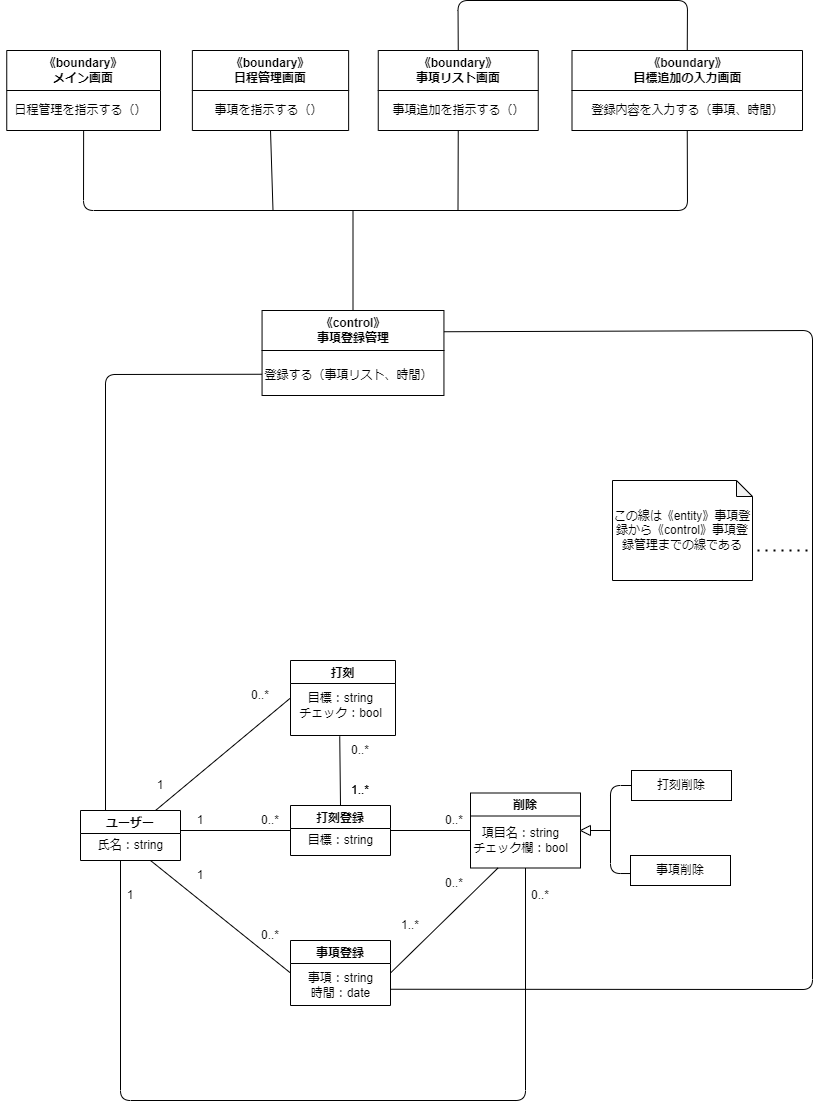
Above: 分析Class10.drawio.png in Hu-Hanxu/First-App-Self-Management- (draw.io), before the change. Source tidied: cells renumbered, new cells last; positions are measured from the earlier drawing's top-left corner, leaving out a move shared by most shapes. Its diagram source:
```xml
<mxGraphModel>
  <root>
    <mxCell id="0" />
    <mxCell id="1" parent="0" />
    <mxCell id="2" value="打刻登録" style="swimlane;" parent="1" vertex="1">
      <mxGeometry x="290" y="805" width="100" height="50" as="geometry" />
    </mxCell>
    <mxCell id="3" value="目標：string" style="text;html=1;align=center;verticalAlign=middle;strokeColor=none;fillColor=none;" parent="2" vertex="1">
      <mxGeometry x="5" y="20" width="90" height="30" as="geometry" />
    </mxCell>
    <mxCell id="4" value="事項登録" style="swimlane;" parent="1" vertex="1">
      <mxGeometry x="290" y="940" width="100" height="65" as="geometry" />
    </mxCell>
    <mxCell id="5" value="事項：string&lt;br&gt;時間：date" style="text;html=1;align=center;verticalAlign=middle;strokeColor=none;fillColor=none;" parent="4" vertex="1">
      <mxGeometry x="5" y="25" width="90" height="40" as="geometry" />
    </mxCell>
    <mxCell id="6" value="打刻" style="swimlane;" parent="1" vertex="1">
      <mxGeometry x="290" y="660" width="105" height="75" as="geometry" />
    </mxCell>
    <mxCell id="7" value="目標：string&lt;br&gt;チェック：bool" style="text;html=1;align=center;verticalAlign=middle;strokeColor=none;fillColor=none;" parent="6" vertex="1">
      <mxGeometry x="-5" y="25" width="110" height="40" as="geometry" />
    </mxCell>
    <mxCell id="8" style="endArrow=none;html=1;exitX=1;exitY=0.5;exitDx=0;exitDy=0;entryX=0;entryY=0.5;entryDx=0;entryDy=0;" parent="1" edge="1" target="2">
      <mxGeometry relative="1" as="geometry">
        <mxPoint x="180" y="830" as="sourcePoint" />
      </mxGeometry>
    </mxCell>
    <mxCell id="9" value="削除" style="swimlane;" parent="1" vertex="1">
      <mxGeometry x="470" y="792.5" width="110" height="75" as="geometry" />
    </mxCell>
    <mxCell id="10" value="項目名：string&lt;br&gt;チェック欄：bool" style="text;html=1;align=center;verticalAlign=middle;strokeColor=none;fillColor=none;" parent="9" vertex="1">
      <mxGeometry x="-10" y="27.5" width="120" height="40" as="geometry" />
    </mxCell>
    <mxCell id="11" style="endArrow=none;html=1;entryX=0;entryY=0.5;entryDx=0;entryDy=0;exitX=1;exitY=0.5;exitDx=0;exitDy=0;" parent="1" edge="1" source="2" target="9">
      <mxGeometry relative="1" as="geometry" />
    </mxCell>
    <mxCell id="12" value="打刻削除" style="rounded=0;whiteSpace=wrap;html=1;" parent="1" vertex="1">
      <mxGeometry x="631" y="770" width="100" height="30" as="geometry" />
    </mxCell>
    <mxCell id="13" value="事項削除" style="rounded=0;whiteSpace=wrap;html=1;" parent="1" vertex="1">
      <mxGeometry x="630" y="855" width="100" height="30" as="geometry" />
    </mxCell>
    <mxCell id="14" style="endArrow=none;html=1;entryX=0.5;entryY=1;entryDx=0;entryDy=0;exitX=0.5;exitY=1;exitDx=0;exitDy=0;" parent="1" edge="1" source="9">
      <mxGeometry relative="1" as="geometry">
        <mxPoint x="120" y="860" as="targetPoint" />
        <Array as="points">
          <mxPoint x="525" y="1100" />
          <mxPoint x="120" y="1100" />
        </Array>
      </mxGeometry>
    </mxCell>
    <mxCell id="15" style="endArrow=none;html=1;entryX=0;entryY=0.5;entryDx=0;entryDy=0;exitX=0.75;exitY=1;exitDx=0;exitDy=0;" parent="1" edge="1" target="4">
      <mxGeometry relative="1" as="geometry">
        <mxPoint x="150" y="860" as="sourcePoint" />
      </mxGeometry>
    </mxCell>
    <mxCell id="16" style="endArrow=none;html=1;exitX=1;exitY=0.5;exitDx=0;exitDy=0;entryX=0.25;entryY=1;entryDx=0;entryDy=0;" parent="1" edge="1" source="4" target="9">
      <mxGeometry relative="1" as="geometry" />
    </mxCell>
    <mxCell id="17" style="endArrow=none;html=1;exitX=0.5;exitY=0;exitDx=0;exitDy=0;entryX=0.154;entryY=0.024;entryDx=0;entryDy=0;entryPerimeter=0;" parent="1" edge="1" source="2" target="26">
      <mxGeometry relative="1" as="geometry" />
    </mxCell>
    <mxCell id="18" value="1" style="text;html=1;strokeColor=none;fillColor=none;align=center;verticalAlign=middle;whiteSpace=wrap;rounded=0;" parent="1" vertex="1">
      <mxGeometry x="170" y="805" width="60" height="30" as="geometry" />
    </mxCell>
    <mxCell id="19" value="1" style="text;html=1;strokeColor=none;fillColor=none;align=center;verticalAlign=middle;whiteSpace=wrap;rounded=0;" parent="1" vertex="1">
      <mxGeometry x="170" y="860" width="60" height="30" as="geometry" />
    </mxCell>
    <mxCell id="20" value="1" style="text;html=1;strokeColor=none;fillColor=none;align=center;verticalAlign=middle;whiteSpace=wrap;rounded=0;" parent="1" vertex="1">
      <mxGeometry x="100" y="880" width="60" height="30" as="geometry" />
    </mxCell>
    <mxCell id="21" value="0..*" style="text;html=1;strokeColor=none;fillColor=none;align=center;verticalAlign=middle;whiteSpace=wrap;rounded=0;" parent="1" vertex="1">
      <mxGeometry x="240" y="805" width="60" height="30" as="geometry" />
    </mxCell>
    <mxCell id="22" value="0..*" style="text;html=1;strokeColor=none;fillColor=none;align=center;verticalAlign=middle;whiteSpace=wrap;rounded=0;" parent="1" vertex="1">
      <mxGeometry x="240" y="920" width="60" height="30" as="geometry" />
    </mxCell>
    <mxCell id="23" value="0..*" style="text;html=1;strokeColor=none;fillColor=none;align=center;verticalAlign=middle;whiteSpace=wrap;rounded=0;" parent="1" vertex="1">
      <mxGeometry x="424" y="805" width="60" height="30" as="geometry" />
    </mxCell>
    <mxCell id="24" value="0..*" style="text;html=1;strokeColor=none;fillColor=none;align=center;verticalAlign=middle;whiteSpace=wrap;rounded=0;" parent="1" vertex="1">
      <mxGeometry x="424" y="867.5" width="60" height="30" as="geometry" />
    </mxCell>
    <mxCell id="25" value="0..*" style="text;html=1;strokeColor=none;fillColor=none;align=center;verticalAlign=middle;whiteSpace=wrap;rounded=0;" parent="1" vertex="1">
      <mxGeometry x="510" y="880" width="60" height="30" as="geometry" />
    </mxCell>
    <mxCell id="26" value="0..*" style="text;html=1;strokeColor=none;fillColor=none;align=center;verticalAlign=middle;whiteSpace=wrap;rounded=0;" parent="1" vertex="1">
      <mxGeometry x="330" y="735" width="60" height="30" as="geometry" />
    </mxCell>
    <mxCell id="27" value="1..*" style="text;html=1;strokeColor=none;fillColor=none;align=center;verticalAlign=middle;whiteSpace=wrap;rounded=0;" parent="1" vertex="1">
      <mxGeometry x="330" y="775" width="60" height="30" as="geometry" />
    </mxCell>
    <mxCell id="28" value="1..*" style="text;html=1;strokeColor=none;fillColor=none;align=center;verticalAlign=middle;whiteSpace=wrap;rounded=0;" parent="1" vertex="1">
      <mxGeometry x="330" y="775" width="60" height="30" as="geometry" />
    </mxCell>
    <mxCell id="29" value="1..*" style="text;html=1;strokeColor=none;fillColor=none;align=center;verticalAlign=middle;whiteSpace=wrap;rounded=0;" parent="1" vertex="1">
      <mxGeometry x="380" y="910" width="60" height="30" as="geometry" />
    </mxCell>
    <mxCell id="30" value="ユーザー" style="swimlane;" parent="1" vertex="1">
      <mxGeometry x="80" y="810" width="100" height="50" as="geometry" />
    </mxCell>
    <mxCell id="31" value="氏名：string" style="text;html=1;align=center;verticalAlign=middle;strokeColor=none;fillColor=none;" parent="30" vertex="1">
      <mxGeometry x="5" y="20" width="90" height="30" as="geometry" />
    </mxCell>
    <mxCell id="32" style="endArrow=none;html=1;exitX=0.75;exitY=0;exitDx=0;exitDy=0;entryX=0;entryY=0.5;entryDx=0;entryDy=0;" parent="1" edge="1" source="30" target="6">
      <mxGeometry relative="1" as="geometry" />
    </mxCell>
    <mxCell id="33" value="1" style="text;html=1;strokeColor=none;fillColor=none;align=center;verticalAlign=middle;whiteSpace=wrap;rounded=0;" parent="1" vertex="1">
      <mxGeometry x="130" y="770" width="60" height="30" as="geometry" />
    </mxCell>
    <mxCell id="34" value="0..*" style="text;html=1;strokeColor=none;fillColor=none;align=center;verticalAlign=middle;whiteSpace=wrap;rounded=0;" parent="1" vertex="1">
      <mxGeometry x="230" y="680" width="60" height="30" as="geometry" />
    </mxCell>
    <mxCell id="35" style="triangle;whiteSpace=wrap;html=1;direction=west;" parent="1" vertex="1">
      <mxGeometry x="580" y="825" width="10" height="10" as="geometry" />
    </mxCell>
    <mxCell id="36" style="endArrow=none;html=1;entryX=0;entryY=0.5;entryDx=0;entryDy=0;exitX=-0.005;exitY=0.601;exitDx=0;exitDy=0;exitPerimeter=0;" parent="1" edge="1" source="13" target="12">
      <mxGeometry relative="1" as="geometry">
        <Array as="points">
          <mxPoint x="610" y="873" />
          <mxPoint x="610" y="785" />
        </Array>
      </mxGeometry>
    </mxCell>
    <mxCell id="37" style="endArrow=none;html=1;entryX=0;entryY=0.5;entryDx=0;entryDy=0;" parent="1" edge="1" target="35">
      <mxGeometry relative="1" as="geometry">
        <mxPoint x="610" y="830" as="sourcePoint" />
      </mxGeometry>
    </mxCell>
    <mxCell id="38" value="&lt;span style=&quot;&quot;&gt;《control》&lt;br&gt;事項登録管理&lt;br&gt;&lt;/span&gt;" style="swimlane;whiteSpace=wrap;html=1;startSize=40;" parent="1" vertex="1">
      <mxGeometry x="261.6" y="310" width="181.9" height="85" as="geometry" />
    </mxCell>
    <mxCell id="39" value="登録する（事項リスト、時間）" style="text;html=1;align=center;verticalAlign=middle;strokeColor=none;fillColor=none;" parent="38" vertex="1">
      <mxGeometry x="-8.1" y="50" width="190" height="30" as="geometry" />
    </mxCell>
    <mxCell id="40" value="《boundary》&lt;br&gt;メイン画面" style="swimlane;whiteSpace=wrap;html=1;startSize=40;" parent="1" vertex="1">
      <mxGeometry x="6.2" y="50" width="153.8" height="80" as="geometry" />
    </mxCell>
    <mxCell id="41" value="日程管理を指示する（）" style="text;html=1;align=center;verticalAlign=middle;strokeColor=none;fillColor=none;" parent="40" vertex="1">
      <mxGeometry x="-6.2" y="45" width="160" height="30" as="geometry" />
    </mxCell>
    <mxCell id="42" value="《boundary》&lt;br&gt;日程管理画面" style="swimlane;whiteSpace=wrap;html=1;startSize=40;" parent="1" vertex="1">
      <mxGeometry x="191.9" y="50" width="156.2" height="80" as="geometry" />
    </mxCell>
    <mxCell id="43" value="事項を指示する（）" style="text;html=1;align=center;verticalAlign=middle;strokeColor=none;fillColor=none;" parent="42" vertex="1">
      <mxGeometry x="11.2" y="45" width="130" height="30" as="geometry" />
    </mxCell>
    <mxCell id="44" value="《boundary》&lt;br&gt;事項リスト画面" style="swimlane;whiteSpace=wrap;html=1;startSize=40;" parent="1" vertex="1">
      <mxGeometry x="377.8" y="50" width="160" height="80" as="geometry" />
    </mxCell>
    <mxCell id="45" value="事項追加を指示する（）" style="text;html=1;align=center;verticalAlign=middle;strokeColor=none;fillColor=none;" parent="44" vertex="1">
      <mxGeometry y="45" width="160" height="30" as="geometry" />
    </mxCell>
    <mxCell id="46" value="《boundary》&lt;br&gt;目標追加の入力画面" style="swimlane;whiteSpace=wrap;html=1;startSize=40;" parent="1" vertex="1">
      <mxGeometry x="571.5" y="50" width="230.5" height="80" as="geometry" />
    </mxCell>
    <mxCell id="47" value="登録内容を入力する（事項、時間）" style="text;html=1;align=center;verticalAlign=middle;strokeColor=none;fillColor=none;" parent="46" vertex="1">
      <mxGeometry x="5.5" y="45" width="220" height="30" as="geometry" />
    </mxCell>
    <mxCell id="48" style="endArrow=none;html=1;exitX=0.5;exitY=1;exitDx=0;exitDy=0;entryX=0.5;entryY=1;entryDx=0;entryDy=0;" parent="1" edge="1" source="40" target="46">
      <mxGeometry relative="1" as="geometry">
        <Array as="points">
          <mxPoint x="83" y="210" />
          <mxPoint x="687" y="210" />
        </Array>
      </mxGeometry>
    </mxCell>
    <mxCell id="49" style="endArrow=none;html=1;entryX=0.5;entryY=1;entryDx=0;entryDy=0;" parent="1" edge="1" target="44">
      <mxGeometry relative="1" as="geometry">
        <mxPoint x="457.5" y="210" as="sourcePoint" />
      </mxGeometry>
    </mxCell>
    <mxCell id="50" style="endArrow=none;html=1;entryX=0.5;entryY=1;entryDx=0;entryDy=0;" parent="1" edge="1" target="42">
      <mxGeometry relative="1" as="geometry">
        <mxPoint x="272.5" y="210" as="sourcePoint" />
      </mxGeometry>
    </mxCell>
    <mxCell id="51" style="endArrow=none;html=1;exitX=0.5;exitY=0;exitDx=0;exitDy=0;" parent="1" edge="1" source="38">
      <mxGeometry relative="1" as="geometry">
        <mxPoint x="352.5" y="210" as="targetPoint" />
      </mxGeometry>
    </mxCell>
    <mxCell id="52" style="endArrow=none;html=1;entryX=0.5;entryY=0;entryDx=0;entryDy=0;exitX=0.5;exitY=0;exitDx=0;exitDy=0;" parent="1" edge="1" source="44" target="46">
      <mxGeometry relative="1" as="geometry">
        <Array as="points">
          <mxPoint x="457.5" />
          <mxPoint x="687" />
        </Array>
      </mxGeometry>
    </mxCell>
    <mxCell id="53" style="endArrow=none;html=1;exitX=0.25;exitY=0;exitDx=0;exitDy=0;entryX=0;entryY=0.75;entryDx=0;entryDy=0;" parent="1" edge="1" source="30" target="38">
      <mxGeometry relative="1" as="geometry">
        <Array as="points">
          <mxPoint x="105" y="374" />
        </Array>
      </mxGeometry>
    </mxCell>
    <mxCell id="54" style="endArrow=none;html=1;exitX=1;exitY=0.75;exitDx=0;exitDy=0;entryX=1;entryY=0.25;entryDx=0;entryDy=0;" parent="1" edge="1" source="4" target="38">
      <mxGeometry relative="1" as="geometry">
        <Array as="points">
          <mxPoint x="812" y="989" />
          <mxPoint x="812" y="330" />
        </Array>
      </mxGeometry>
    </mxCell>
    <mxCell id="55" style="endArrow=none;dashed=1;html=1;dashPattern=1 3;strokeWidth=2;" parent="1" edge="1">
      <mxGeometry relative="1" as="geometry">
        <mxPoint x="717" y="550" as="sourcePoint" />
        <mxPoint x="807" y="550" as="targetPoint" />
      </mxGeometry>
    </mxCell>
    <mxCell id="56" value="この線は《entity》事項登録から《control》事項登録管理までの線である" style="shape=note;whiteSpace=wrap;html=1;backgroundOutline=1;darkOpacity=0.05;size=16;" parent="1" vertex="1">
      <mxGeometry x="612" y="480" width="140" height="100" as="geometry" />
    </mxCell>
  </root>
</mxGraphModel>
```
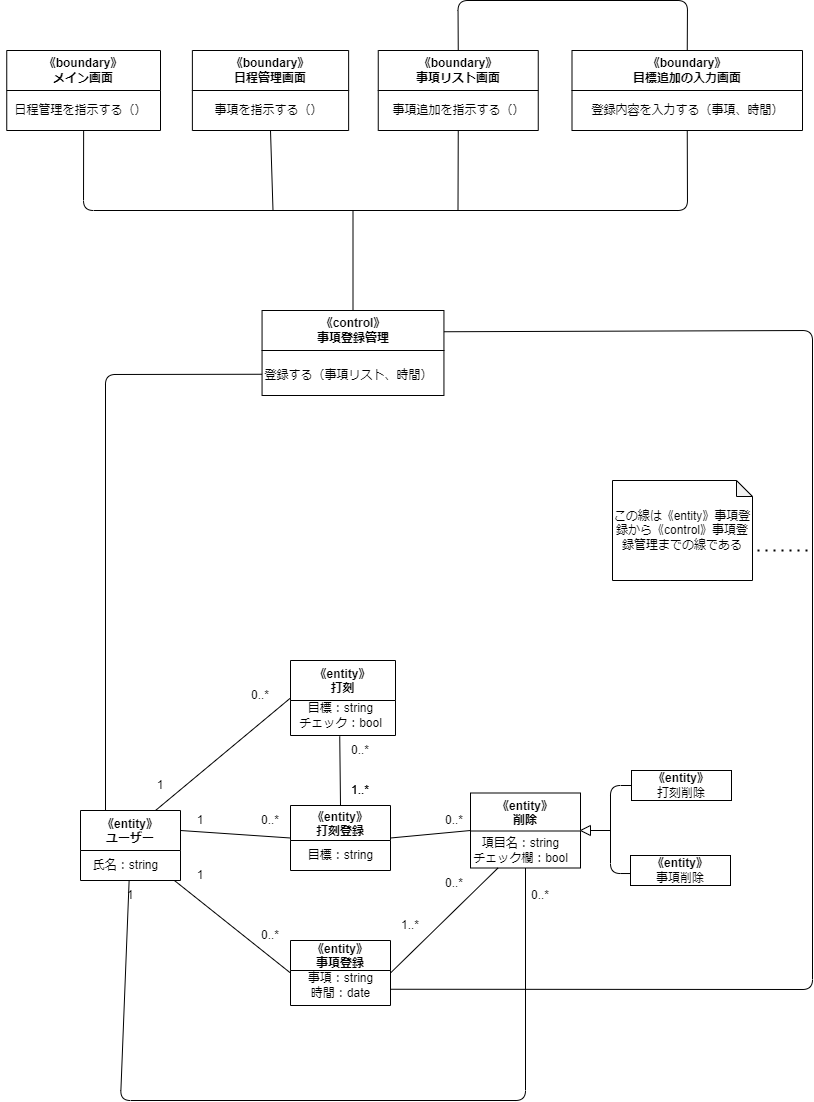
After the commit.

What changed in the source:
```diff
@@ -2,57 +2,54 @@
   <root>
     <mxCell id="0" />
     <mxCell id="1" parent="0" />
-    <mxCell id="2" value="打刻登録" style="swimlane;" parent="1" vertex="1">
-      <mxGeometry x="290" y="805" width="100" height="50" as="geometry" />
+    <mxCell id="2" value="《entity》&#10;打刻登録" style="swimlane;startSize=35;" parent="1" vertex="1">
+      <mxGeometry x="290" y="805" width="100" height="65" as="geometry" />
     </mxCell>
     <mxCell id="3" value="目標：string" style="text;html=1;align=center;verticalAlign=middle;strokeColor=none;fillColor=none;" parent="2" vertex="1">
-      <mxGeometry x="5" y="20" width="90" height="30" as="geometry" />
+      <mxGeometry x="5" y="35" width="90" height="30" as="geometry" />
     </mxCell>
-    <mxCell id="4" value="事項登録" style="swimlane;" parent="1" vertex="1">
+    <mxCell id="4" value="《entity》&#10;事項登録" style="swimlane;startSize=30;" parent="1" vertex="1">
       <mxGeometry x="290" y="940" width="100" height="65" as="geometry" />
     </mxCell>
     <mxCell id="5" value="事項：string&lt;br&gt;時間：date" style="text;html=1;align=center;verticalAlign=middle;strokeColor=none;fillColor=none;" parent="4" vertex="1">
       <mxGeometry x="5" y="25" width="90" height="40" as="geometry" />
     </mxCell>
-    <mxCell id="6" value="打刻" style="swimlane;" parent="1" vertex="1">
+    <mxCell id="6" value="《entity》&#10;打刻" style="swimlane;startSize=40;" parent="1" vertex="1">
       <mxGeometry x="290" y="660" width="105" height="75" as="geometry" />
     </mxCell>
     <mxCell id="7" value="目標：string&lt;br&gt;チェック：bool" style="text;html=1;align=center;verticalAlign=middle;strokeColor=none;fillColor=none;" parent="6" vertex="1">
-      <mxGeometry x="-5" y="25" width="110" height="40" as="geometry" />
+      <mxGeometry x="-5" y="35" width="110" height="40" as="geometry" />
     </mxCell>
     <mxCell id="8" style="endArrow=none;html=1;exitX=1;exitY=0.5;exitDx=0;exitDy=0;entryX=0;entryY=0.5;entryDx=0;entryDy=0;" parent="1" edge="1" target="2">
       <mxGeometry relative="1" as="geometry">
         <mxPoint x="180" y="830" as="sourcePoint" />
       </mxGeometry>
     </mxCell>
-    <mxCell id="9" value="削除" style="swimlane;" parent="1" vertex="1">
+    <mxCell id="9" value="《entity》&#10;削除" style="swimlane;startSize=38;" parent="1" vertex="1">
       <mxGeometry x="470" y="792.5" width="110" height="75" as="geometry" />
     </mxCell>
     <mxCell id="10" value="項目名：string&lt;br&gt;チェック欄：bool" style="text;html=1;align=center;verticalAlign=middle;strokeColor=none;fillColor=none;" parent="9" vertex="1">
-      <mxGeometry x="-10" y="27.5" width="120" height="40" as="geometry" />
+      <mxGeometry x="-10" y="37.5" width="120" height="40" as="geometry" />
     </mxCell>
     <mxCell id="11" style="endArrow=none;html=1;entryX=0;entryY=0.5;entryDx=0;entryDy=0;exitX=1;exitY=0.5;exitDx=0;exitDy=0;" parent="1" edge="1" source="2" target="9">
       <mxGeometry relative="1" as="geometry" />
     </mxCell>
-    <mxCell id="12" value="打刻削除" style="rounded=0;whiteSpace=wrap;html=1;" parent="1" vertex="1">
+    <mxCell id="12" value="&lt;span style=&quot;font-weight: 700;&quot;&gt;《entity》&lt;/span&gt;&lt;br&gt;打刻削除" style="rounded=0;whiteSpace=wrap;html=1;" parent="1" vertex="1">
       <mxGeometry x="631" y="770" width="100" height="30" as="geometry" />
     </mxCell>
-    <mxCell id="13" value="事項削除" style="rounded=0;whiteSpace=wrap;html=1;" parent="1" vertex="1">
+    <mxCell id="13" value="&lt;span style=&quot;font-weight: 700;&quot;&gt;《entity》&lt;/span&gt;&lt;br&gt;事項削除" style="rounded=0;whiteSpace=wrap;html=1;" parent="1" vertex="1">
       <mxGeometry x="630" y="855" width="100" height="30" as="geometry" />
     </mxCell>
-    <mxCell id="14" style="endArrow=none;html=1;entryX=0.5;entryY=1;entryDx=0;entryDy=0;exitX=0.5;exitY=1;exitDx=0;exitDy=0;" parent="1" edge="1" source="9">
+    <mxCell id="14" style="endArrow=none;html=1;exitX=0.5;exitY=1;exitDx=0;exitDy=0;" parent="1" edge="1" source="9" target="30">
       <mxGeometry relative="1" as="geometry">
-        <mxPoint x="120" y="860" as="targetPoint" />
         <Array as="points">
           <mxPoint x="525" y="1100" />
           <mxPoint x="120" y="1100" />
         </Array>
       </mxGeometry>
     </mxCell>
-    <mxCell id="15" style="endArrow=none;html=1;entryX=0;entryY=0.5;entryDx=0;entryDy=0;exitX=0.75;exitY=1;exitDx=0;exitDy=0;" parent="1" edge="1" target="4">
-      <mxGeometry relative="1" as="geometry">
-        <mxPoint x="150" y="860" as="sourcePoint" />
-      </mxGeometry>
+    <mxCell id="15" style="endArrow=none;html=1;entryX=0;entryY=0.5;entryDx=0;entryDy=0;startArrow=none;" parent="1" edge="1" source="30" target="4">
+      <mxGeometry relative="1" as="geometry" />
     </mxCell>
     <mxCell id="16" style="endArrow=none;html=1;exitX=1;exitY=0.5;exitDx=0;exitDy=0;entryX=0.25;entryY=1;entryDx=0;entryDy=0;" parent="1" edge="1" source="4" target="9">
       <mxGeometry relative="1" as="geometry" />
@@ -96,11 +93,11 @@
     <mxCell id="29" value="1..*" style="text;html=1;strokeColor=none;fillColor=none;align=center;verticalAlign=middle;whiteSpace=wrap;rounded=0;" parent="1" vertex="1">
       <mxGeometry x="380" y="910" width="60" height="30" as="geometry" />
     </mxCell>
-    <mxCell id="30" value="ユーザー" style="swimlane;" parent="1" vertex="1">
-      <mxGeometry x="80" y="810" width="100" height="50" as="geometry" />
+    <mxCell id="30" value="《entity》&#10;ユーザー" style="swimlane;startSize=40;" parent="1" vertex="1">
+      <mxGeometry x="80" y="810" width="100" height="70" as="geometry" />
     </mxCell>
     <mxCell id="31" value="氏名：string" style="text;html=1;align=center;verticalAlign=middle;strokeColor=none;fillColor=none;" parent="30" vertex="1">
-      <mxGeometry x="5" y="20" width="90" height="30" as="geometry" />
+      <mxGeometry y="40" width="90" height="30" as="geometry" />
     </mxCell>
     <mxCell id="32" style="endArrow=none;html=1;exitX=0.75;exitY=0;exitDx=0;exitDy=0;entryX=0;entryY=0.5;entryDx=0;entryDy=0;" parent="1" edge="1" source="30" target="6">
       <mxGeometry relative="1" as="geometry" />
```
